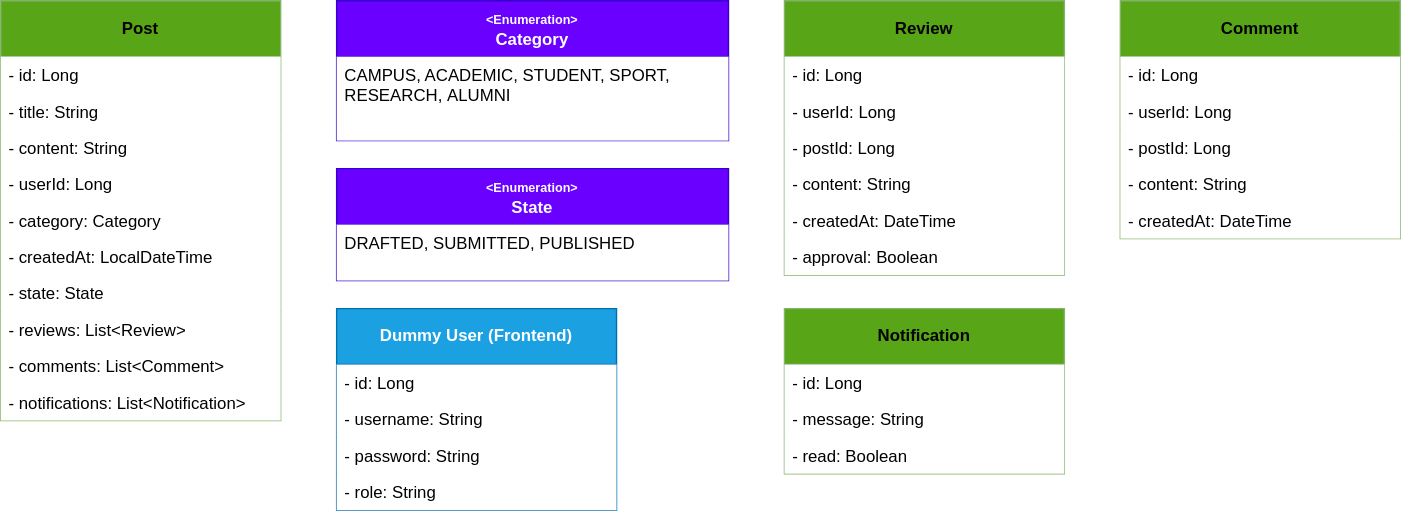
pxlit-projects/project-Su-zenGeurtsPXL-1 keeps this draw.io diagram as architecture/entities.drawio.svg. Above is the earlier version. Source tidied: cells renumbered, new cells last; positions are measured from the earlier drawing's top-left corner, leaving out a move shared by most shapes.
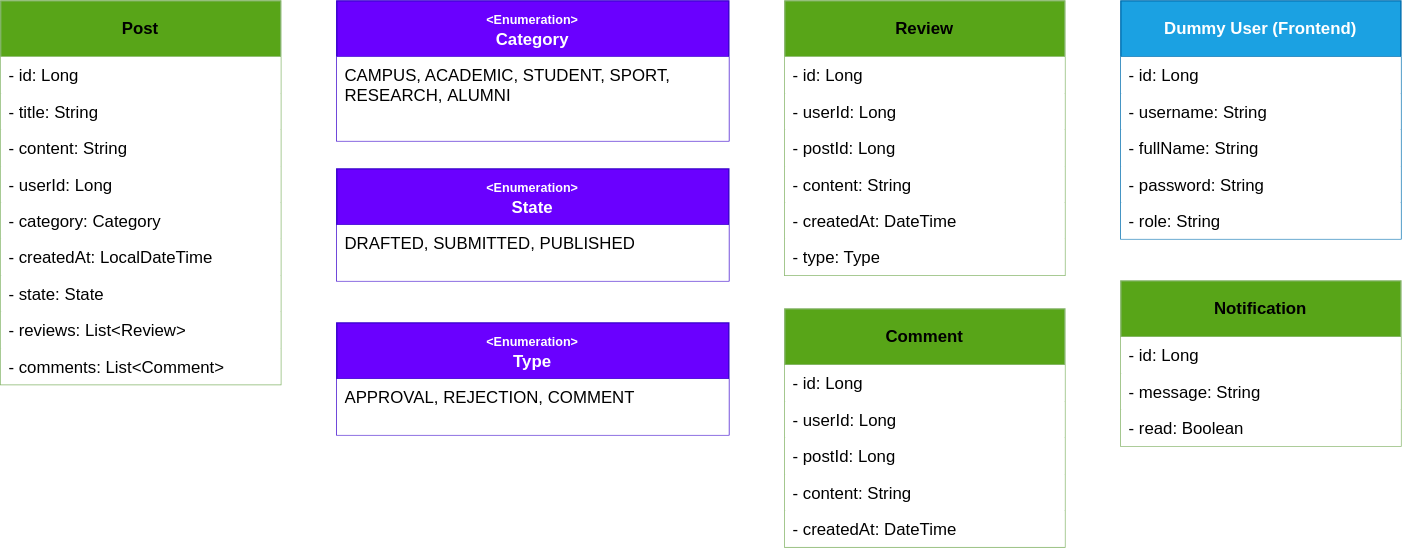
The same file after the commit.

Commit message:
[SETUP] Updated entities

Change to the diagram source:
```diff
@@ -3,7 +3,7 @@
     <mxCell id="0" />
     <mxCell id="1" parent="0" />
     <mxCell id="2" value="&lt;b&gt;Post&lt;/b&gt;" style="swimlane;fontStyle=0;horizontal=1;startSize=40;whiteSpace=wrap;html=1;fillColor=#58a518;strokeColor=#82b366;" parent="1" vertex="1">
-      <mxGeometry width="200" height="300" as="geometry" />
+      <mxGeometry width="200" height="274" as="geometry" />
     </mxCell>
     <mxCell id="3" value="- id: Long" style="text;align=left;verticalAlign=top;spacingLeft=4;spacingRight=4;overflow=hidden;whiteSpace=wrap;html=1;fillColor=default;" parent="2" vertex="1">
       <mxGeometry y="40" width="200" height="26" as="geometry" />
@@ -32,9 +32,6 @@
     <mxCell id="11" value="- comments: List&amp;lt;Comment&amp;gt;" style="text;align=left;verticalAlign=top;spacingLeft=4;spacingRight=4;overflow=hidden;whiteSpace=wrap;html=1;fillColor=default;" parent="2" vertex="1">
       <mxGeometry y="248" width="200" height="26" as="geometry" />
     </mxCell>
-    <mxCell id="12" value="- notifications: List&amp;lt;Notification&amp;gt;" style="text;align=left;verticalAlign=top;spacingLeft=4;spacingRight=4;overflow=hidden;whiteSpace=wrap;html=1;fillColor=default;" parent="2" vertex="1">
-      <mxGeometry y="274" width="200" height="26" as="geometry" />
-    </mxCell>
     <mxCell id="13" value="&lt;div&gt;&lt;b&gt;&lt;font style=&quot;font-size: 9px;&quot;&gt;&amp;lt;Enumeration&amp;gt;&lt;/font&gt;&lt;/b&gt;&lt;/div&gt;&lt;b&gt;Category&lt;/b&gt;" style="swimlane;fontStyle=0;horizontal=1;startSize=40;whiteSpace=wrap;html=1;fillColor=#6a00ff;strokeColor=#3700CC;fontColor=#ffffff;" parent="1" vertex="1">
       <mxGeometry x="240" width="280" height="100" as="geometry" />
     </mxCell>
@@ -59,11 +56,11 @@
     <mxCell id="20" value="- createdAt: DateTime" style="text;align=left;verticalAlign=top;spacingLeft=4;spacingRight=4;overflow=hidden;whiteSpace=wrap;html=1;fillColor=default;" parent="15" vertex="1">
       <mxGeometry y="144" width="200" height="26" as="geometry" />
     </mxCell>
-    <mxCell id="21" value="- approval: Boolean" style="text;align=left;verticalAlign=top;spacingLeft=4;spacingRight=4;overflow=hidden;whiteSpace=wrap;html=1;fillColor=default;" parent="15" vertex="1">
+    <mxCell id="21" value="- type: Type" style="text;align=left;verticalAlign=top;spacingLeft=4;spacingRight=4;overflow=hidden;whiteSpace=wrap;html=1;fillColor=default;" parent="15" vertex="1">
       <mxGeometry y="170" width="200" height="26" as="geometry" />
     </mxCell>
     <mxCell id="22" value="&lt;b&gt;Comment&lt;/b&gt;" style="swimlane;fontStyle=0;horizontal=1;startSize=40;whiteSpace=wrap;html=1;fillColor=#58A518;strokeColor=#82b366;" parent="1" vertex="1">
-      <mxGeometry x="800" width="200" height="170" as="geometry" />
+      <mxGeometry x="560" y="220" width="200" height="170" as="geometry" />
     </mxCell>
     <mxCell id="23" value="- id: Long" style="text;align=left;verticalAlign=top;spacingLeft=4;spacingRight=4;overflow=hidden;whiteSpace=wrap;html=1;fillColor=default;" parent="22" vertex="1">
       <mxGeometry y="40" width="200" height="26" as="geometry" />
@@ -87,7 +84,7 @@
       <mxGeometry y="40" width="280" height="40" as="geometry" />
     </mxCell>
     <mxCell id="30" value="&lt;b&gt;Dummy User (Frontend)&lt;/b&gt;" style="swimlane;fontStyle=0;horizontal=1;startSize=40;whiteSpace=wrap;html=1;fillColor=#1ba1e2;strokeColor=#006EAF;fontColor=#ffffff;" parent="1" vertex="1">
-      <mxGeometry x="240" y="220" width="200" height="144" as="geometry" />
+      <mxGeometry x="800" width="200" height="170" as="geometry" />
     </mxCell>
     <mxCell id="31" value="- id: Long" style="text;align=left;verticalAlign=top;spacingLeft=4;spacingRight=4;overflow=hidden;whiteSpace=wrap;html=1;fillColor=default;" parent="30" vertex="1">
       <mxGeometry y="40" width="200" height="26" as="geometry" />
@@ -95,14 +92,17 @@
     <mxCell id="32" value="- username: String" style="text;align=left;verticalAlign=top;spacingLeft=4;spacingRight=4;overflow=hidden;whiteSpace=wrap;html=1;fillColor=default;" parent="30" vertex="1">
       <mxGeometry y="66" width="200" height="26" as="geometry" />
     </mxCell>
+    <mxCell id="39" value="- fullName: String" style="text;align=left;verticalAlign=top;spacingLeft=4;spacingRight=4;overflow=hidden;whiteSpace=wrap;html=1;fillColor=default;" parent="30" vertex="1">
+      <mxGeometry y="92" width="200" height="26" as="geometry" />
+    </mxCell>
     <mxCell id="33" value="- password: String" style="text;align=left;verticalAlign=top;spacingLeft=4;spacingRight=4;overflow=hidden;whiteSpace=wrap;html=1;fillColor=default;" parent="30" vertex="1">
-      <mxGeometry y="92" width="200" height="26" as="geometry" />
+      <mxGeometry y="118" width="200" height="26" as="geometry" />
     </mxCell>
     <mxCell id="34" value="- role: String" style="text;align=left;verticalAlign=top;spacingLeft=4;spacingRight=4;overflow=hidden;whiteSpace=wrap;html=1;fillColor=default;" parent="30" vertex="1">
-      <mxGeometry y="118" width="200" height="26" as="geometry" />
+      <mxGeometry y="144" width="200" height="26" as="geometry" />
     </mxCell>
     <mxCell id="35" value="&lt;b&gt;Notification&lt;/b&gt;" style="swimlane;fontStyle=0;horizontal=1;startSize=40;whiteSpace=wrap;html=1;fillColor=#58a518;strokeColor=#82b366;" parent="1" vertex="1">
-      <mxGeometry x="560" y="220" width="200" height="118" as="geometry" />
+      <mxGeometry x="800" y="200" width="200" height="118" as="geometry" />
     </mxCell>
     <mxCell id="36" value="- id: Long" style="text;align=left;verticalAlign=top;spacingLeft=4;spacingRight=4;overflow=hidden;whiteSpace=wrap;html=1;fillColor=default;" parent="35" vertex="1">
       <mxGeometry y="40" width="200" height="26" as="geometry" />
@@ -113,5 +113,11 @@
     <mxCell id="38" value="- read: Boolean" style="text;align=left;verticalAlign=top;spacingLeft=4;spacingRight=4;overflow=hidden;whiteSpace=wrap;html=1;fillColor=default;" parent="35" vertex="1">
       <mxGeometry y="92" width="200" height="26" as="geometry" />
     </mxCell>
+    <mxCell id="40" value="&lt;div&gt;&lt;b&gt;&lt;font style=&quot;font-size: 9px;&quot;&gt;&amp;lt;Enumeration&amp;gt;&lt;/font&gt;&lt;/b&gt;&lt;/div&gt;&lt;b&gt;Type&lt;/b&gt;" style="swimlane;fontStyle=0;horizontal=1;startSize=40;whiteSpace=wrap;html=1;fillColor=#6a00ff;strokeColor=#3700CC;fontColor=#ffffff;" parent="1" vertex="1">
+      <mxGeometry x="240" y="230" width="280" height="80" as="geometry" />
+    </mxCell>
+    <mxCell id="41" value="APPROVAL,&amp;nbsp;&lt;span style=&quot;background-color: initial;&quot;&gt;REJECTION,&amp;nbsp;&lt;/span&gt;&lt;span style=&quot;background-color: initial;&quot;&gt;COMMENT&lt;/span&gt;" style="text;align=left;verticalAlign=top;spacingLeft=4;spacingRight=4;overflow=hidden;whiteSpace=wrap;html=1;fillColor=default;" parent="40" vertex="1">
+      <mxGeometry y="40" width="280" height="40" as="geometry" />
+    </mxCell>
   </root>
 </mxGraphModel>
```
